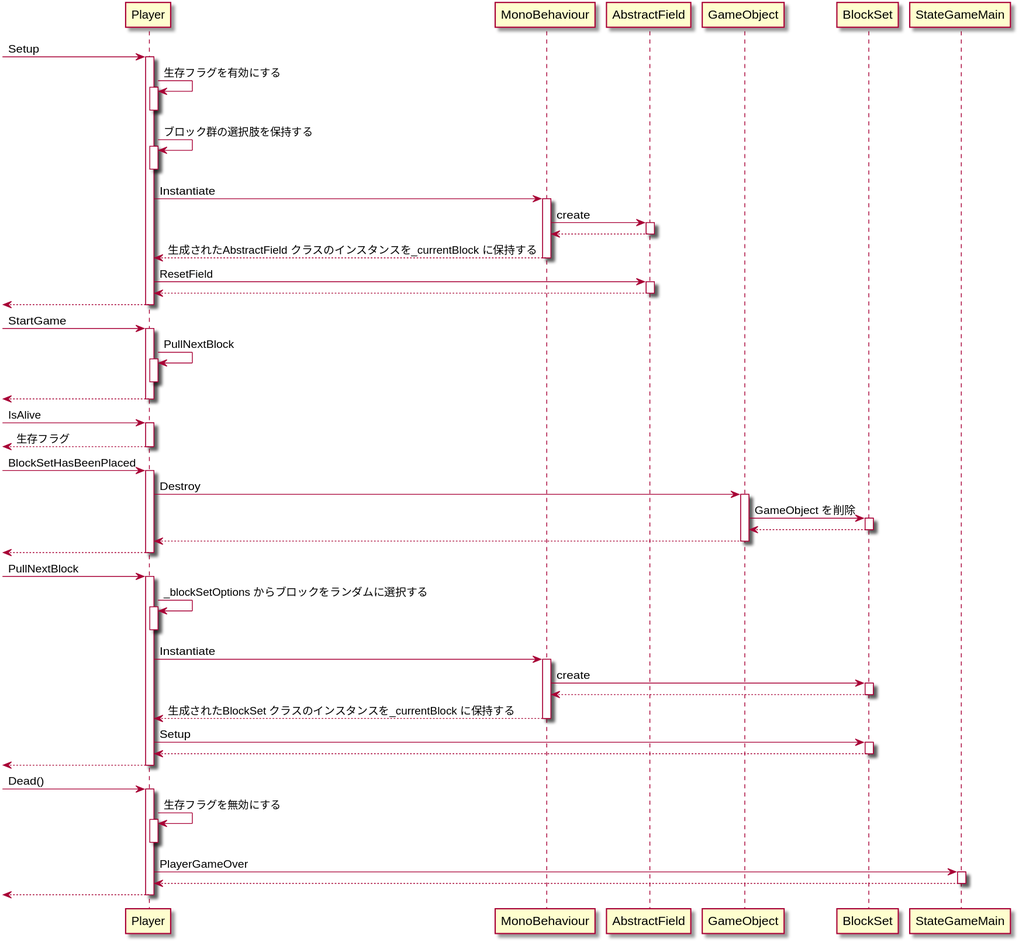
This is plant_uml/SQD_Player.svg from azarashin/UnityTetris, a PlantUML export, as it was before one commit.
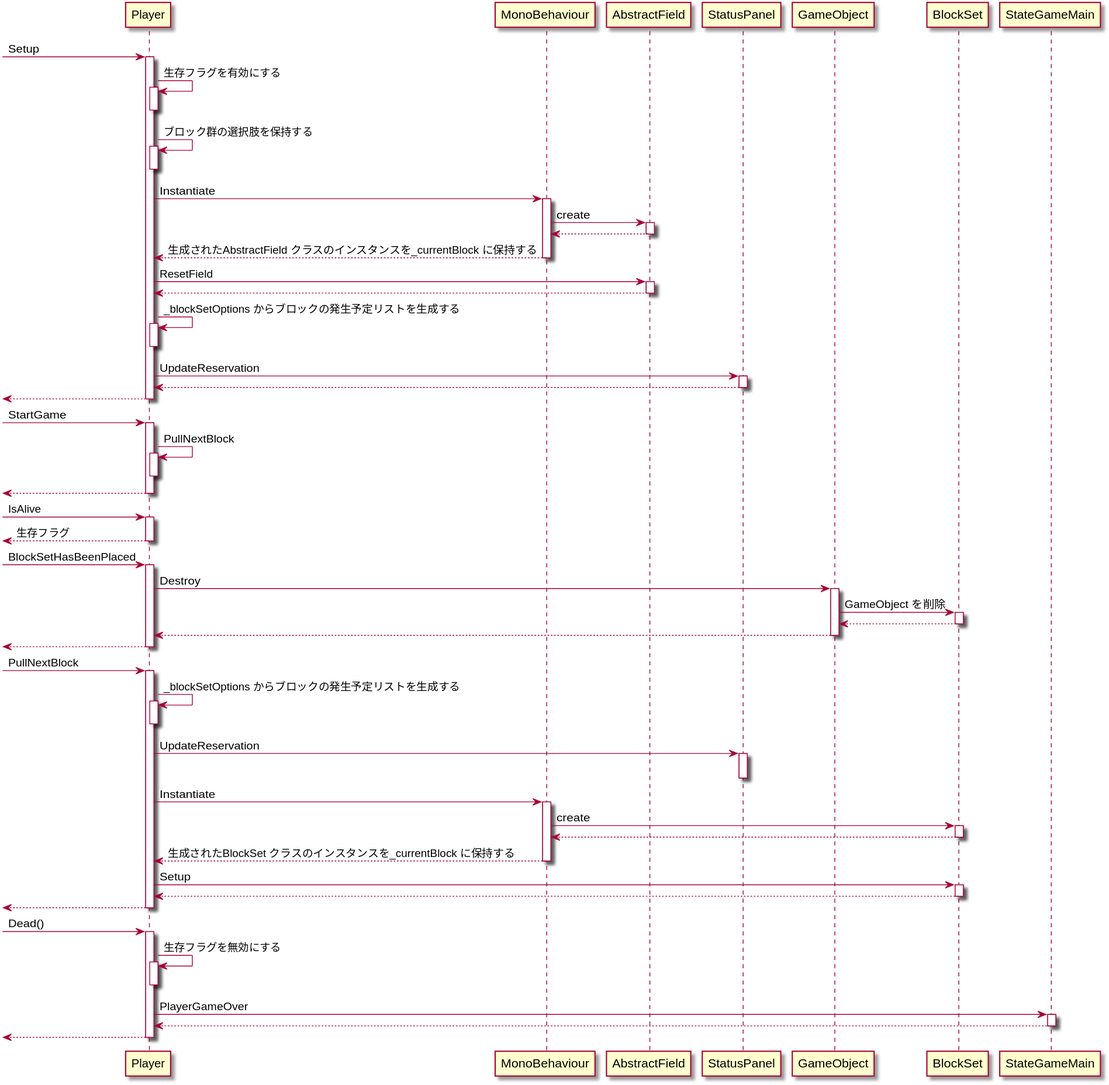
Above is the later version.

The edit, as a diff of the source:
```diff
@@ -1,4 +1,5 @@
 @startuml
+
 
 [-> Player : Setup
 activate Player
@@ -20,6 +21,13 @@
     activate AbstractField
         Player <-- AbstractField
     deactivate AbstractField
+    Player -> Player : _blockSetOptions からブロックの発生予定リストを生成する
+    activate Player
+    deactivate Player
+    Player -> StatusPanel : UpdateReservation
+    activate StatusPanel
+        Player <-- StatusPanel
+    deactivate StatusPanel
     [<-- Player
 deactivate Player
 
@@ -51,9 +59,12 @@
 
 [-> Player : PullNextBlock
 activate Player
-    Player -> Player : _blockSetOptions からブロックをランダムに選択する
+    Player -> Player : _blockSetOptions からブロックの発生予定リストを生成する
     activate Player
     deactivate Player
+    Player -> StatusPanel : UpdateReservation
+    activate StatusPanel
+    deactivate StatusPanel
     Player -> MonoBehaviour : Instantiate
     activate MonoBehaviour
         MonoBehaviour -> BlockSet : create
```
